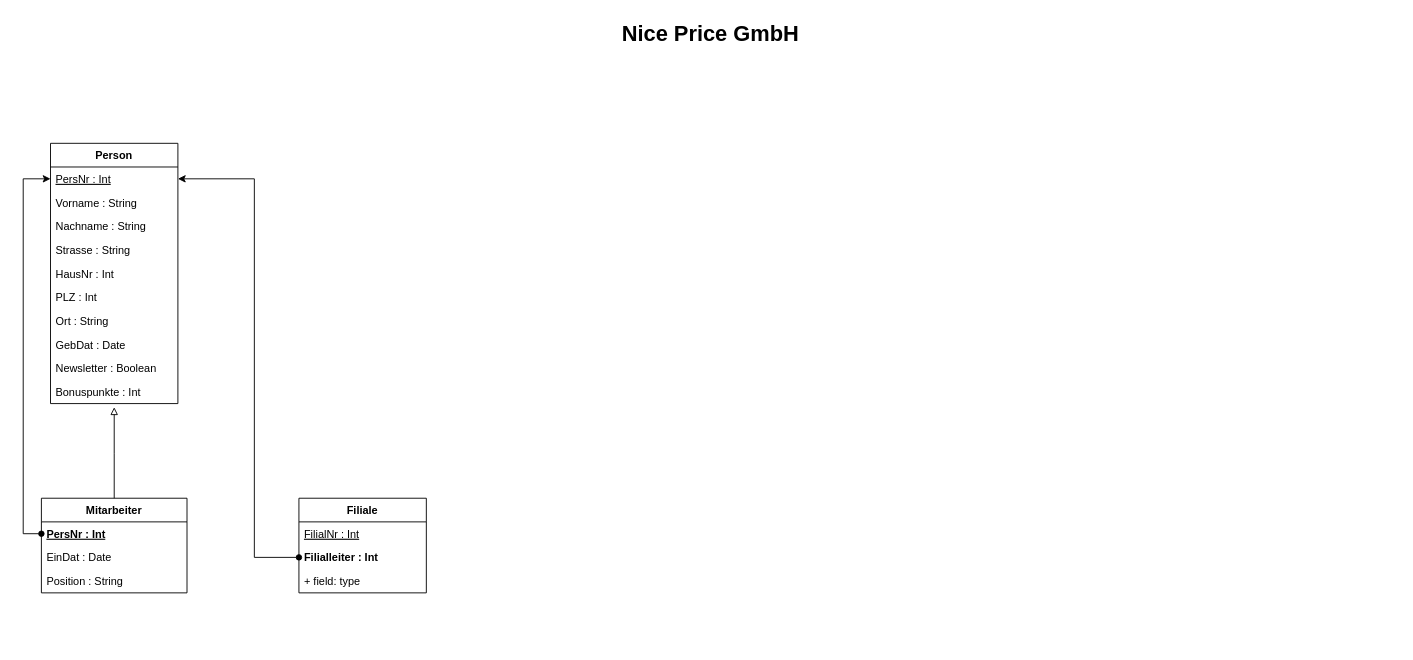
The draw.io diagram NicePriceUML.drawio in Resteklicken/DBS, before the edit. Source tidied: cells renumbered, new cells numbered last; positions are measured from the earlier drawing's top-left corner, leaving out a move shared by most shapes. Both pictures are drawn from the tidied source at 91%, with x=0, y=0 at pixel (23, 15).
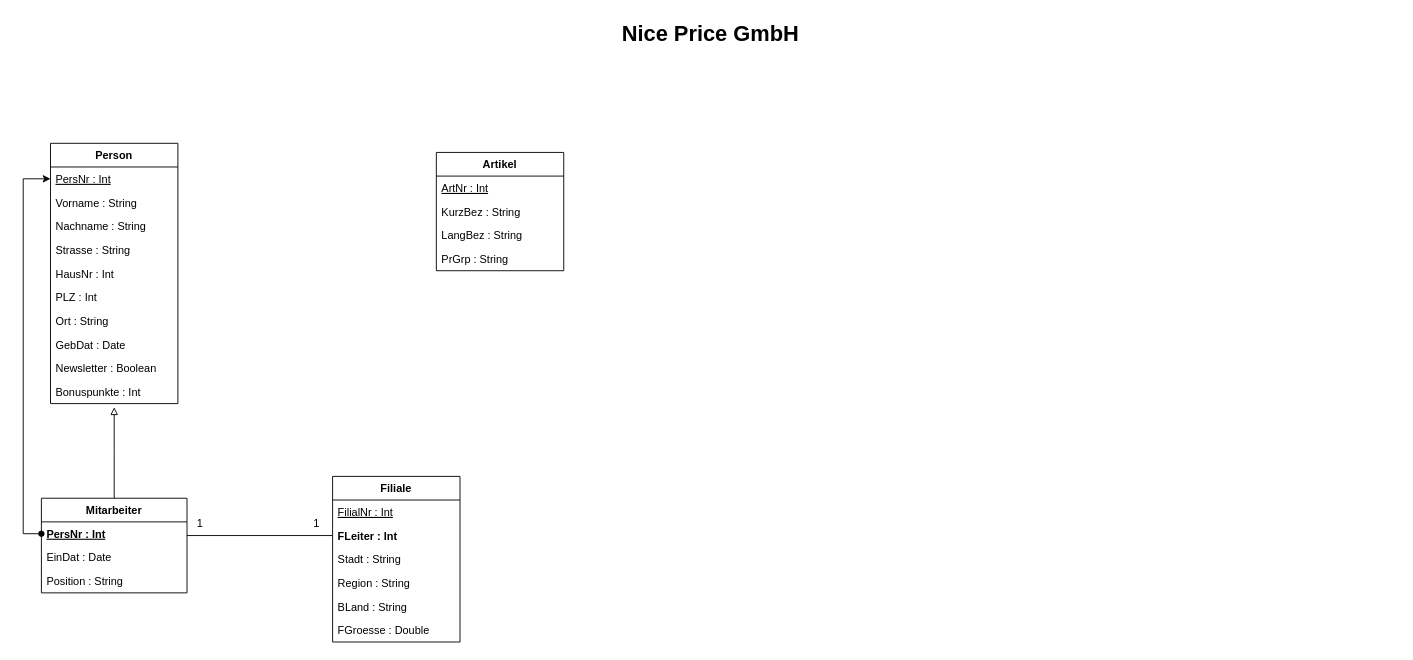
The same page after the edit.

The change refers to these unchanged cells:
```xml
<mxCell id="4" value="PersNr : Int" style="text;strokeColor=none;align=left;verticalAlign=top;spacingLeft=4;spacingRight=4;overflow=hidden;points=[[0,0.5],[1,0.5]];portConstraint=eastwest;fontStyle=4;" parent="3" vertex="1">
  <mxGeometry y="26" width="140" height="26" as="geometry" />
</mxCell>
```

Change to the diagram source:
```diff
@@
     <mxCell id="20" value="Filiale" style="swimlane;fontStyle=1;horizontal=1;startSize=26;fillColor=none;" parent="1" vertex="1">
-      <mxGeometry x="303" y="530" width="140" height="104" as="geometry" />
+      <mxGeometry x="340" y="506" width="140" height="182" as="geometry" />
     </mxCell>
@@
-    <mxCell id="22" value="Filialleiter : Int" style="text;strokeColor=none;fillColor=none;align=left;verticalAlign=top;spacingLeft=4;spacingRight=4;overflow=hidden;points=[[0,0.5],[1,0.5]];portConstraint=eastwest;fontStyle=1;" parent="20" vertex="1">
+    <mxCell id="22" value="FLeiter : Int" style="text;strokeColor=none;fillColor=none;align=left;verticalAlign=top;spacingLeft=4;spacingRight=4;overflow=hidden;points=[[0,0.5],[1,0.5]];portConstraint=eastwest;fontStyle=1;" parent="20" vertex="1">
       <mxGeometry y="52" width="140" height="26" as="geometry" />
     </mxCell>
-    <mxCell id="23" value="+ field: type" style="text;strokeColor=none;fillColor=none;align=left;verticalAlign=top;spacingLeft=4;spacingRight=4;overflow=hidden;" parent="20" vertex="1">
+    <mxCell id="23" value="Stadt : String" style="text;strokeColor=none;fillColor=none;align=left;verticalAlign=top;spacingLeft=4;spacingRight=4;overflow=hidden;" parent="20" vertex="1">
       <mxGeometry y="78" width="140" height="26" as="geometry" />
     </mxCell>
-    <mxCell id="24" style="edgeStyle=orthogonalEdgeStyle;rounded=0;jettySize=auto;html=1;exitX=0;exitY=0.5;exitDx=0;exitDy=0;startArrow=oval;startFill=1;endArrow=classic;endFill=1;entryX=1;entryY=0.5;entryDx=0;entryDy=0;" parent="1" edge="1" source="22" target="4">
-      <mxGeometry relative="1" as="geometry">
-        <Array as="points">
-          <mxPoint x="254" y="595" />
-          <mxPoint x="254" y="179" />
-        </Array>
-      </mxGeometry>
-    </mxCell>
+    <mxCell id="25" value="Region : String" style="text;strokeColor=none;fillColor=none;align=left;verticalAlign=top;spacingLeft=4;spacingRight=4;overflow=hidden;" parent="20" vertex="1">
+      <mxGeometry y="104" width="140" height="26" as="geometry" />
+    </mxCell>
+    <mxCell id="26" value="BLand : String" style="text;strokeColor=none;fillColor=none;align=left;verticalAlign=top;spacingLeft=4;spacingRight=4;overflow=hidden;" parent="20" vertex="1">
+      <mxGeometry y="130" width="140" height="26" as="geometry" />
+    </mxCell>
+    <mxCell id="27" value="FGroesse : Double" style="text;strokeColor=none;fillColor=none;align=left;verticalAlign=top;spacingLeft=4;spacingRight=4;overflow=hidden;" parent="20" vertex="1">
+      <mxGeometry y="156" width="140" height="26" as="geometry" />
+    </mxCell>
+    <mxCell id="28" value="Artikel" style="swimlane;fontStyle=1;horizontal=1;startSize=26;fillColor=none;" parent="1" vertex="1">
+      <mxGeometry x="454" y="150" width="140" height="130" as="geometry" />
+    </mxCell>
+    <mxCell id="29" value="ArtNr : Int" style="text;strokeColor=none;fillColor=none;align=left;verticalAlign=top;spacingLeft=4;spacingRight=4;overflow=hidden;fontStyle=4;" parent="28" vertex="1">
+      <mxGeometry y="26" width="140" height="26" as="geometry" />
+    </mxCell>
+    <mxCell id="30" value="KurzBez : String" style="text;strokeColor=none;fillColor=none;align=left;verticalAlign=top;spacingLeft=4;spacingRight=4;overflow=hidden;" parent="28" vertex="1">
+      <mxGeometry y="52" width="140" height="26" as="geometry" />
+    </mxCell>
+    <mxCell id="31" value="LangBez : String" style="text;strokeColor=none;fillColor=none;align=left;verticalAlign=top;spacingLeft=4;spacingRight=4;overflow=hidden;" parent="28" vertex="1">
+      <mxGeometry y="78" width="140" height="26" as="geometry" />
+    </mxCell>
+    <mxCell id="32" value="PrGrp : String" style="text;strokeColor=none;fillColor=none;align=left;verticalAlign=top;spacingLeft=4;spacingRight=4;overflow=hidden;" parent="28" vertex="1">
+      <mxGeometry y="104" width="140" height="26" as="geometry" />
+    </mxCell>
+    <mxCell id="33" value="1" style="text;html=1;align=center;verticalAlign=middle;fillColor=none;strokeColor=none;rounded=0;" parent="1" vertex="1">
+      <mxGeometry x="186" y="549" width="16" height="18" as="geometry" />
+    </mxCell>
+    <mxCell id="34" value="1" style="text;html=1;align=center;verticalAlign=middle;fillColor=none;strokeColor=none;rounded=0;" parent="1" vertex="1">
+      <mxGeometry x="314" y="549" width="16" height="18" as="geometry" />
+    </mxCell>
+    <mxCell id="35" style="endArrow=none;html=1;edgeStyle=orthogonalEdgeStyle;" parent="1" edge="1">
+      <mxGeometry relative="1" as="geometry">
+        <mxPoint x="180" y="571" as="sourcePoint" />
+        <mxPoint x="340" y="571" as="targetPoint" />
+      </mxGeometry>
+    </mxCell>
```
